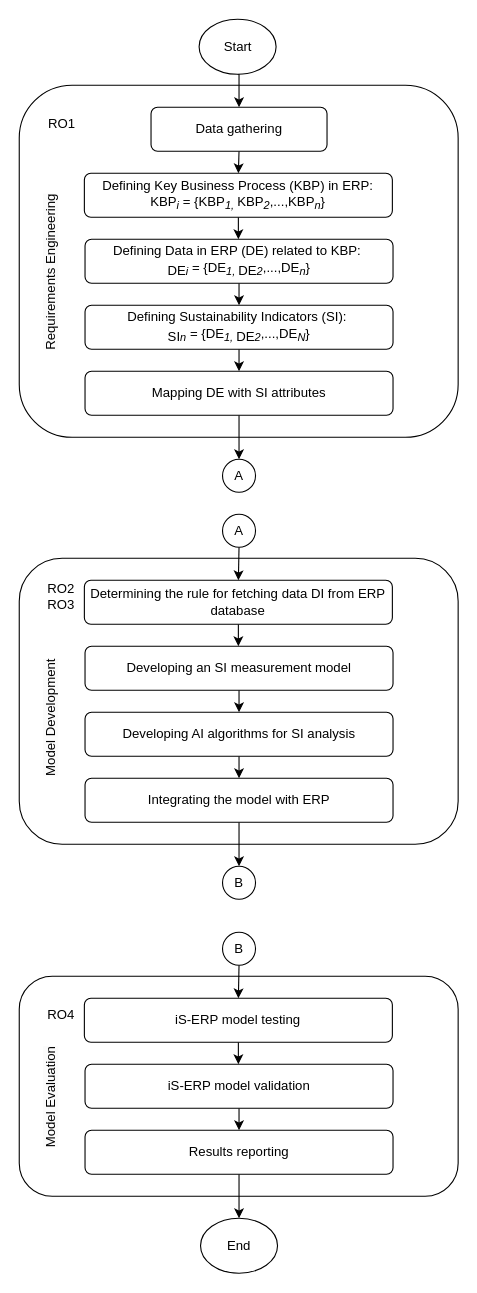
The draw.io diagram Desain Logic iS-ERP.drawio in ariesharry/S-ERP, before the edit. Source tidied: cells renumbered, new cells numbered last; positions are measured from the earlier drawing's top-left corner, leaving out a move shared by most shapes. Both pictures are drawn from the tidied source at 110%, with x=0, y=0 at pixel (-48, 19).
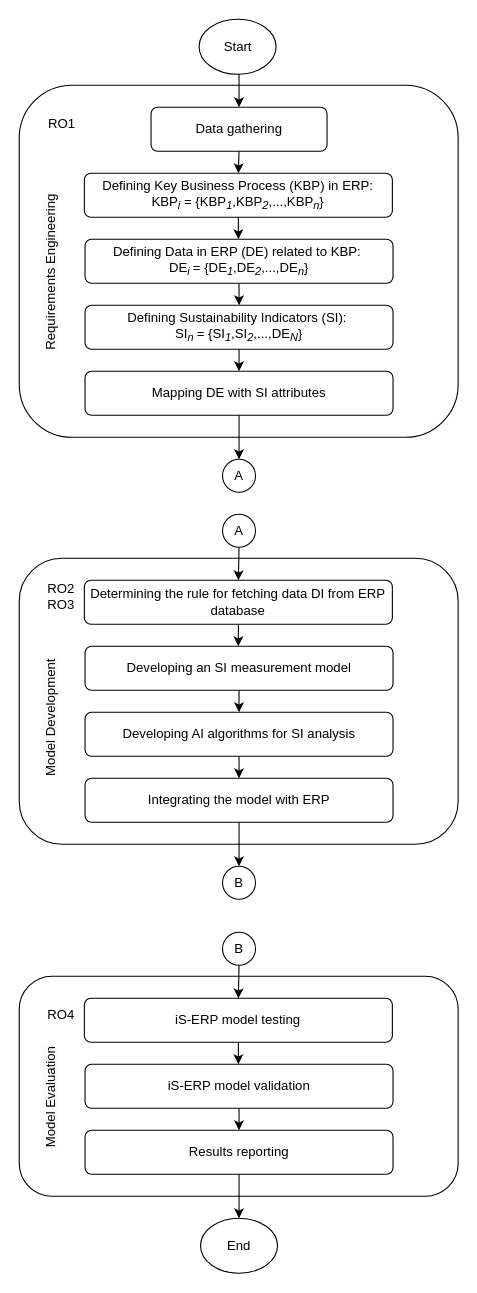
The same diagram, later.

Diff of the diagram source:
```diff
@@
-    <mxCell id="9" value="Defining Key Business Process (KBP) in ERP: KBP&lt;sub&gt;&lt;i&gt;i&lt;/i&gt;&lt;/sub&gt;&amp;nbsp;= {KBP&lt;sub&gt;&lt;i&gt;1,&amp;nbsp;&lt;/i&gt;&lt;/sub&gt;KBP&lt;sub&gt;&lt;i&gt;2&lt;/i&gt;&lt;/sub&gt;,...,KBP&lt;sub&gt;&lt;i&gt;n&lt;/i&gt;&lt;/sub&gt;}" style="rounded=1;whiteSpace=wrap;html=1;" parent="1" vertex="1">
+    <mxCell id="9" value="Defining Key Business Process (KBP) in ERP: KBP&lt;sub&gt;&lt;i&gt;i&lt;/i&gt;&lt;/sub&gt;&amp;nbsp;= {KBP&lt;sub&gt;&lt;i&gt;1&lt;/i&gt;&lt;/sub&gt;,KBP&lt;sub&gt;&lt;i&gt;2&lt;/i&gt;&lt;/sub&gt;,...,KBP&lt;sub&gt;&lt;i&gt;n&lt;/i&gt;&lt;/sub&gt;}" style="rounded=1;whiteSpace=wrap;html=1;" parent="1" vertex="1">
       <mxGeometry x="120.2" y="140" width="280" height="40" as="geometry" />
     </mxCell>
@@
-    <mxCell id="11" value="Defining Data in ERP (DE) related to KBP:&amp;nbsp;&lt;div&gt;&lt;sub&gt;&lt;span style=&quot;font-size: 12px;&quot;&gt;DE&lt;/span&gt;&lt;i&gt;i&lt;/i&gt;&lt;/sub&gt;&amp;nbsp;= {DE&lt;sub&gt;&lt;i&gt;1, &lt;/i&gt;&lt;span style=&quot;font-size: 12px;&quot;&gt;DE&lt;/span&gt;&lt;/sub&gt;&lt;sub&gt;&lt;i&gt;2&lt;/i&gt;&lt;/sub&gt;,...,DE&lt;sub&gt;&lt;i&gt;n&lt;/i&gt;&lt;/sub&gt;}&lt;/div&gt;" style="rounded=1;whiteSpace=wrap;html=1;" parent="1" vertex="1">
+    <mxCell id="11" value="Defining Data in ERP (DE) related to KBP:&amp;nbsp;&lt;div&gt;&lt;span style=&quot;background-color: initial;&quot;&gt;DE&lt;/span&gt;&lt;sub style=&quot;background-color: initial;&quot;&gt;&lt;i&gt;i&amp;nbsp;&lt;/i&gt;&lt;/sub&gt;&lt;span style=&quot;background-color: initial;&quot;&gt;= {DE&lt;/span&gt;&lt;sub style=&quot;background-color: initial;&quot;&gt;&lt;i&gt;1&lt;/i&gt;&lt;/sub&gt;&lt;span style=&quot;background-color: initial;&quot;&gt;,DE&lt;/span&gt;&lt;sub style=&quot;background-color: initial;&quot;&gt;&lt;i&gt;2&lt;/i&gt;&lt;/sub&gt;&lt;span style=&quot;background-color: initial;&quot;&gt;,...,DE&lt;/span&gt;&lt;sub style=&quot;background-color: initial;&quot;&gt;&lt;i&gt;n&lt;/i&gt;&lt;/sub&gt;&lt;span style=&quot;background-color: initial;&quot;&gt;}&lt;/span&gt;&lt;/div&gt;" style="rounded=1;whiteSpace=wrap;html=1;" parent="1" vertex="1">
       <mxGeometry x="120.8" y="200" width="280" height="40" as="geometry" />
     </mxCell>
@@
-    <mxCell id="13" value="Defining Sustainability Indicators (SI):&amp;nbsp;&lt;div&gt;&lt;sub&gt;&lt;span style=&quot;font-size: 12px;&quot;&gt;SI&lt;/span&gt;&lt;i&gt;n&lt;/i&gt;&lt;/sub&gt;&amp;nbsp;= {DE&lt;sub&gt;&lt;i&gt;1, &lt;/i&gt;&lt;span style=&quot;font-size: 12px;&quot;&gt;DE&lt;/span&gt;&lt;/sub&gt;&lt;sub&gt;&lt;i&gt;2&lt;/i&gt;&lt;/sub&gt;,...,DE&lt;sub&gt;&lt;i&gt;N&lt;/i&gt;&lt;/sub&gt;}&lt;/div&gt;" style="rounded=1;whiteSpace=wrap;html=1;" parent="1" vertex="1">
+    <mxCell id="13" value="Defining Sustainability Indicators (SI):&amp;nbsp;&lt;div&gt;&lt;span style=&quot;background-color: initial;&quot;&gt;SI&lt;/span&gt;&lt;sub style=&quot;background-color: initial;&quot;&gt;&lt;i&gt;n&amp;nbsp;&lt;/i&gt;&lt;/sub&gt;&lt;span style=&quot;background-color: initial;&quot;&gt;= {SI&lt;/span&gt;&lt;sub style=&quot;background-color: initial;&quot;&gt;&lt;i&gt;1&lt;/i&gt;&lt;/sub&gt;&lt;span style=&quot;background-color: initial;&quot;&gt;,SI&lt;/span&gt;&lt;sub style=&quot;background-color: initial;&quot;&gt;&lt;i&gt;2&lt;/i&gt;&lt;/sub&gt;&lt;span style=&quot;background-color: initial;&quot;&gt;,...,DE&lt;/span&gt;&lt;sub style=&quot;background-color: initial;&quot;&gt;&lt;i&gt;N&lt;/i&gt;&lt;/sub&gt;&lt;span style=&quot;background-color: initial;&quot;&gt;}&lt;/span&gt;&lt;/div&gt;" style="rounded=1;whiteSpace=wrap;html=1;" parent="1" vertex="1">
       <mxGeometry x="120.8" y="260" width="280" height="40" as="geometry" />
     </mxCell>
```
